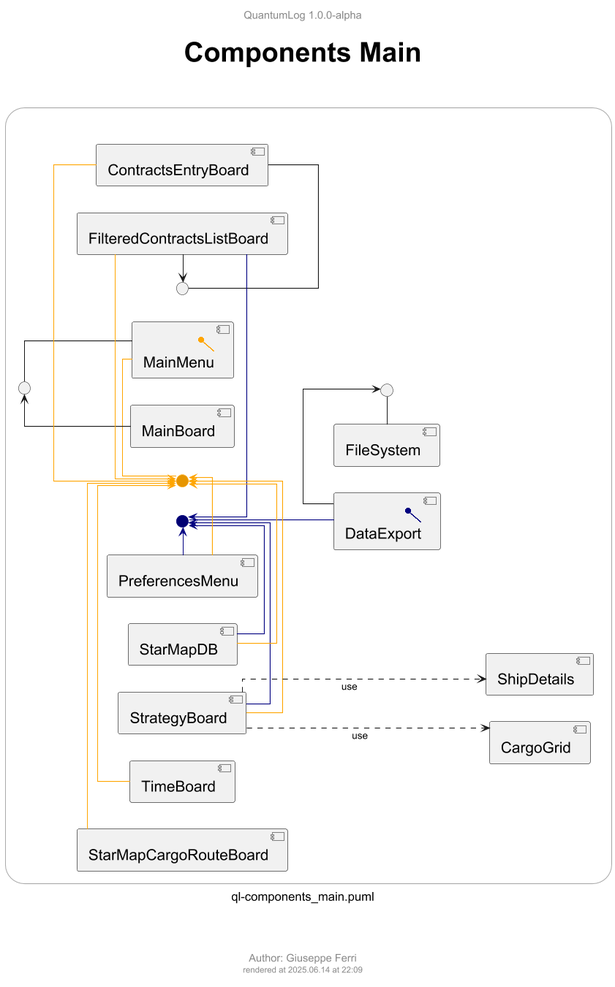
JoeFerri/QuantumLog keeps this PlantUML diagram as out/ql-diagram/ql-components_main.png. Above is the earlier version.
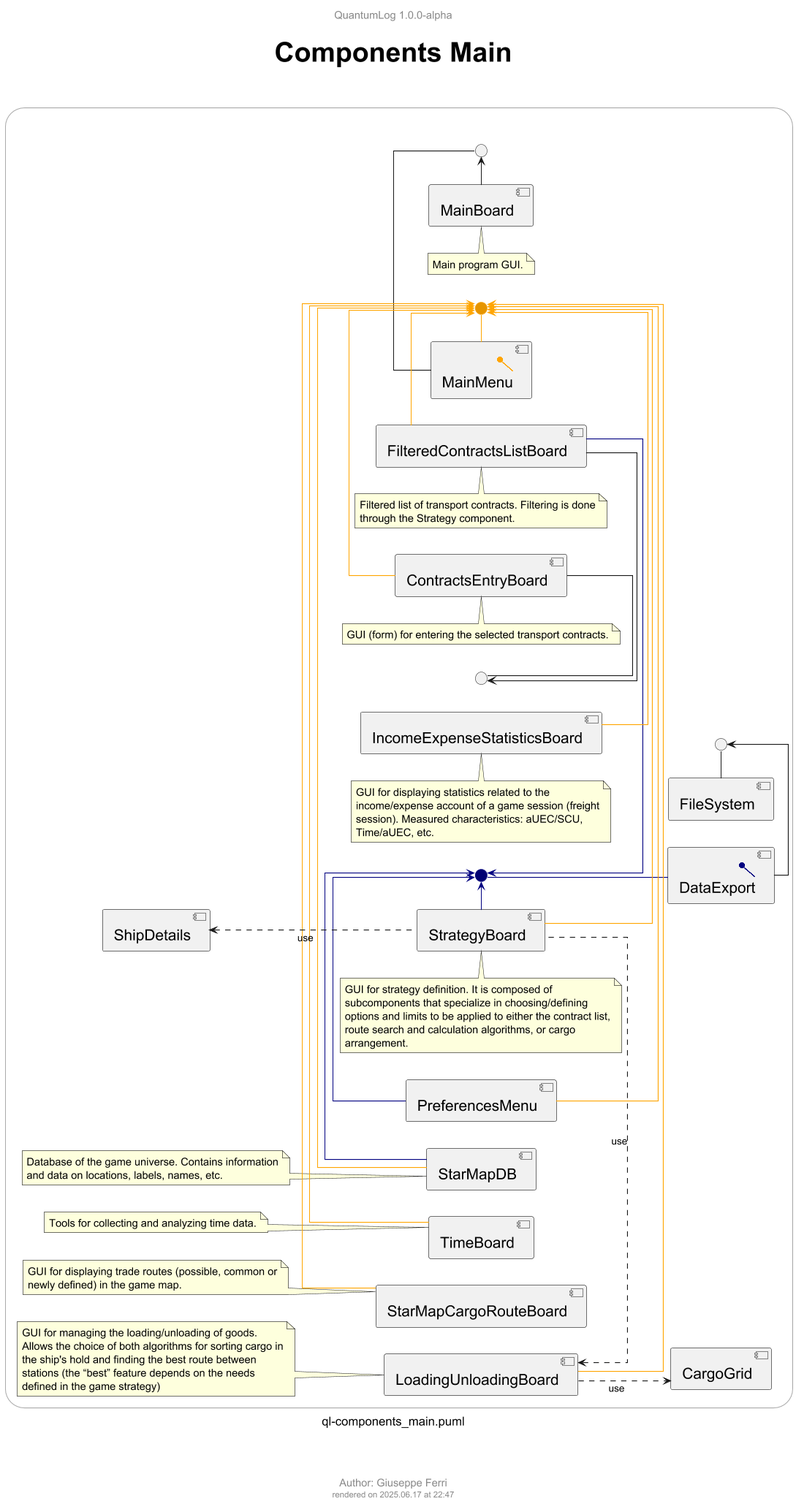
After the change.

What changed in the source:
```diff
@@ -2,45 +2,67 @@
 !$title = "Components Main"
 !$author = "Giuseppe Ferri"
 
-!include templates/ql-template-main.puml
-!include templates/styles/ql-style-lib.puml
-!include templates/sprites/ql-sprites-lib.puml
+!include templates/ql-template-main.iuml
+!include templates/styles/ql-style-lib.iuml
+!include templates/sprites/ql-sprites-lib.iuml
 
 skinparam linetype ortho
 left to right direction
 
-$setStyleIntCompArrow(tomenu, Orange)
-$setStyleIntCompArrow(toexport, Navy)
+$qlSetLineBkgrColor(tomenu, Orange)
+$qlSetLineBkgrColor(toexport, Navy)
 
 rectangle r <<frame>> {
 
   together {
     component [MainBoard]
+      !$note = "Main program GUI."
+      $qlNoteRel(nMainBoard, [MainBoard], ".", $note)
 
     $qlInterfaceIconComponent(MainMenu, Orange) as MainMenu
       interface IMainMenu1
-        MainMenu -u- IMainMenu1
+        MainMenu - IMainMenu1
       interface IMainMenu2 <<tomenu>>
-        MainMenu -l- IMainMenu2 <<tomenu>>
+        MainMenu - IMainMenu2 <<tomenu>>
   }
 
   component [PreferencesMenu]
 
   component [StarMapDB]
+    !$note = "Database of the game universe. Contains information and data on locations, labels, names, etc."
+    $qlNoteRel(nStarMapDB, [StarMapDB], "..", $note)
 
   component [TimeBoard]
+    !$note = "Tools for collecting and analyzing time data."
+    $qlNoteRel(nTimeBoard, [TimeBoard], "..", $note)
 
   component [StarMapCargoRouteBoard]
+    !$note = "GUI for displaying trade routes (possible, common or newly defined) in the game map."
+    $qlNoteRel(nStarMapCargoRouteBoard, [StarMapCargoRouteBoard], "..", $note)
 
   together {
-  component [FilteredContractsListBoard]
+    component [FilteredContractsListBoard]
+    !$note = "Filtered list of transport contracts. Filtering is done through the Strategy component."
+    $qlNoteRel(nFilteredContractsListBoard, [FilteredContractsListBoard], ".", $note)
 
-  component [ContractsEntryBoard]
-    interface IContractsEntryBoard
-      ContractsEntryBoard -l- IContractsEntryBoard
+    component [ContractsEntryBoard]
+    !$note = "GUI (form) for entering the selected transport contracts."
+    $qlNoteRel(nContractsEntryBoard, [ContractsEntryBoard], ".", $note)
+      interface IContractsEntryBoard
+        ContractsEntryBoard -l- IContractsEntryBoard
   }
 
+  component [IncomeExpenseStatisticsBoard]
+    !$note = "GUI for displaying statistics related to the income/expense account of a game session (freight session). Measured characteristics: aUEC/SCU, Time/aUEC, etc."
+    $qlNoteRel(nIncomeExpenseStatisticsBoard, [IncomeExpenseStatisticsBoard], ".", $note)
+
+  component [LoadingUnloadingBoard]
+    !$note = "GUI for managing the loading/unloading of goods. Allows the choice of both algorithms for sorting cargo in the ship's hold and finding the best route between stations (the “best” feature depends on the needs defined in the game strategy)"
+    $qlNoteRel(nLoadingUnloadingBoard, [LoadingUnloadingBoard], "..", $note)
+
   component [StrategyBoard]
+    !$note = "GUI for strategy definition. It is composed of subcomponents that specialize in choosing/defining options and limits to be applied to either the contract list, route search and calculation algorithms, or cargo arrangement."
+    $qlNoteRel(nStrategyBoard, [StrategyBoard], ".", $note)
 
   together {
     component [CargoGrid]
@@ -60,22 +82,24 @@
 
 }
 
-
-MainBoard                    ->     IMainMenu1
-DataExport                   ->     IIO
-FilteredContractsListBoard   ->     IContractsEntryBoard
-PreferencesMenu              ->     IDataExport           <<toexport>>
-StarMapDB                    ->     IDataExport           <<toexport>>
-FilteredContractsListBoard   ->     IDataExport           <<toexport>>
-StrategyBoard                ->     IDataExport           <<toexport>>
-PreferencesMenu              ->     IMainMenu2            <<tomenu>>
-StarMapDB                    ->     IMainMenu2            <<tomenu>>
-TimeBoard                    ->     IMainMenu2            <<tomenu>>
-StarMapCargoRouteBoard       ->     IMainMenu2            <<tomenu>>
-FilteredContractsListBoard   ->     IMainMenu2            <<tomenu>>
-ContractsEntryBoard          ->     IMainMenu2            <<tomenu>>
-StrategyBoard                ->     IMainMenu2            <<tomenu>>
-StrategyBoard                ...>   CargoGrid   : use
-StrategyBoard                ...>   ShipDetails : use
+MainBoard                    ->       IMainMenu1
+DataExport                   ->       IIO
+FilteredContractsListBoard   ->       IContractsEntryBoard
+PreferencesMenu              ->       IDataExport           <<toexport>>
+StarMapDB                    ->       IDataExport           <<toexport>>
+FilteredContractsListBoard   ->       IDataExport           <<toexport>>
+StrategyBoard                ->       IDataExport           <<toexport>>
+PreferencesMenu              ->       IMainMenu2            <<tomenu>>
+StarMapDB                    ->       IMainMenu2            <<tomenu>>
+TimeBoard                    ->       IMainMenu2            <<tomenu>>
+StarMapCargoRouteBoard       ->       IMainMenu2            <<tomenu>>
+FilteredContractsListBoard   ->       IMainMenu2            <<tomenu>>
+ContractsEntryBoard          ->       IMainMenu2            <<tomenu>>
+StrategyBoard                ->       IMainMenu2            <<tomenu>>
+IncomeExpenseStatisticsBoard ->       IMainMenu2            <<tomenu>>
+LoadingUnloadingBoard        ->       IMainMenu2            <<tomenu>>
+LoadingUnloadingBoard        ..>      CargoGrid                          : use
+StrategyBoard                .l..>    LoadingUnloadingBoard              : use
+StrategyBoard                .u.>     ShipDetails                        : use
 
 @enduml
```
